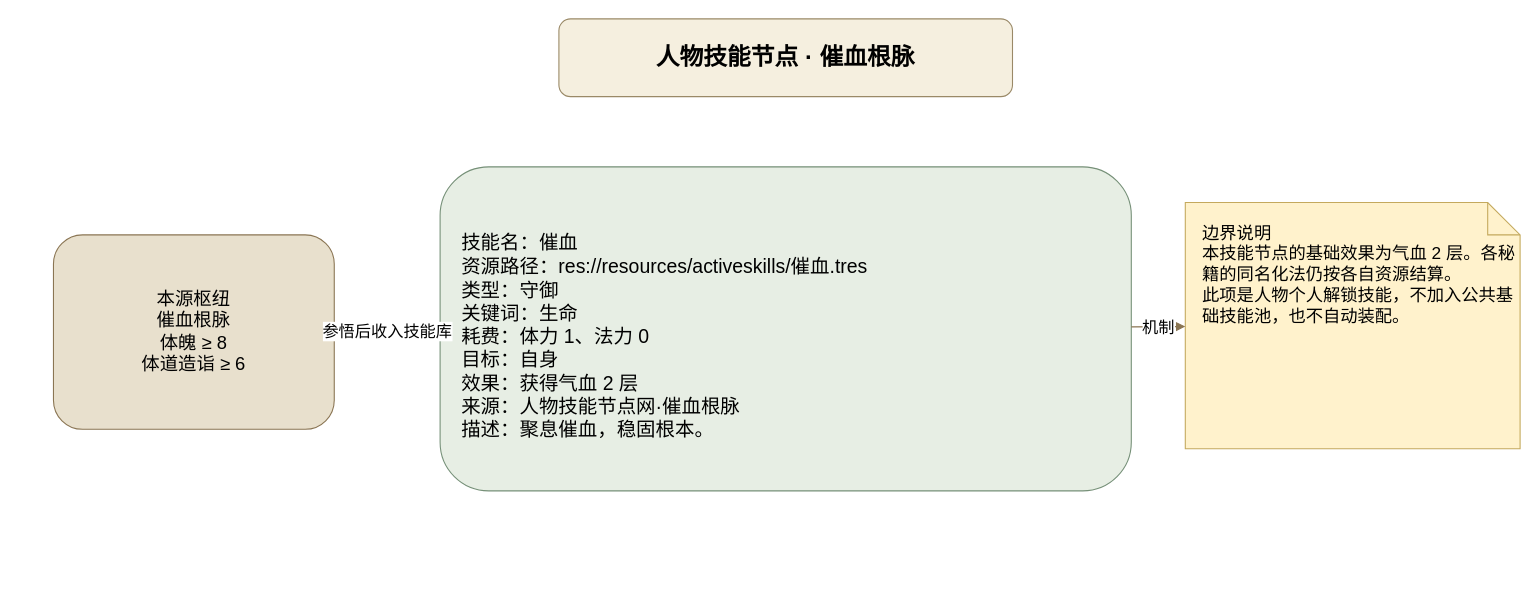
Before: page "催血" (1 of 2) of docs/卡牌词典/基础技能节点/催血.drawio in ankundanetracyc-spec/tian-guan-you-du, a draw.io diagram. Source tidied: cells renumbered, new cells numbered last; positions are measured from the earlier drawing's top-left corner, leaving out a move shared by most shapes. Both pictures are drawn from the tidied source at 108%, with x=0, y=0 at pixel (53, 18).
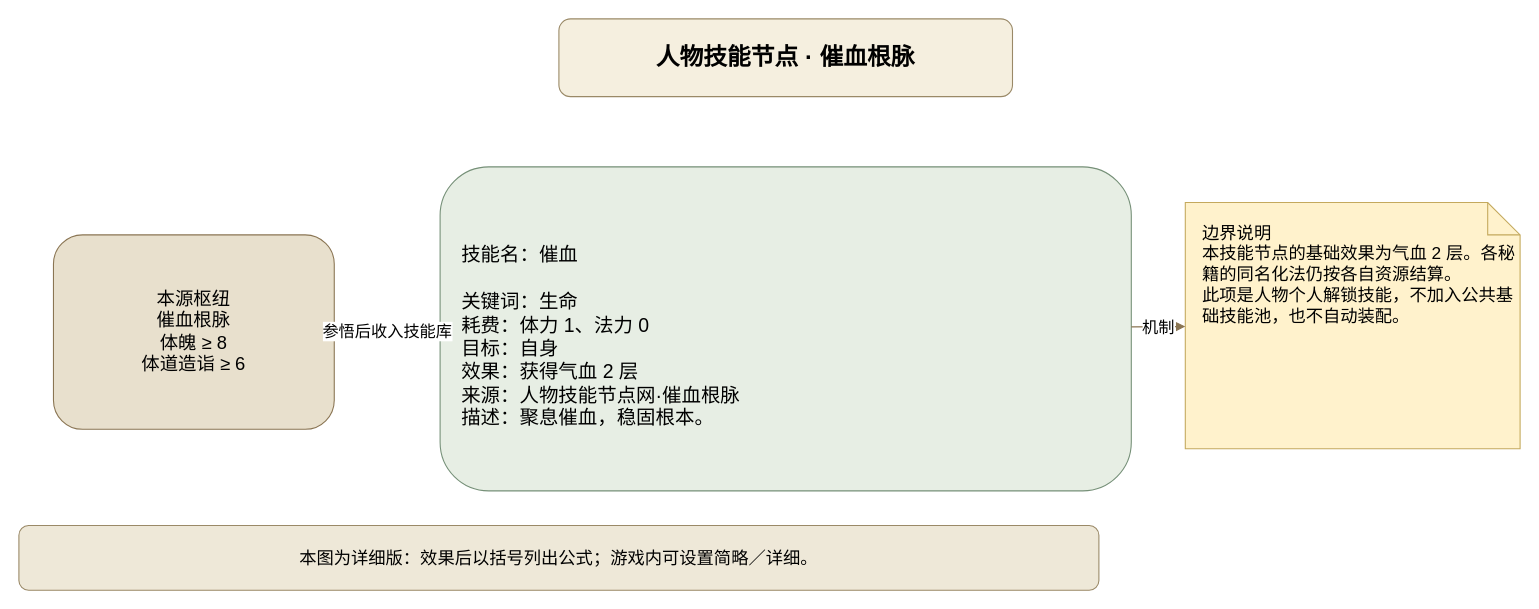
The same page after the edit.

Change to the diagram source:
```diff
@@
 <mxGraphModel>
   <root>
     <mxCell id="0" />
     <mxCell id="1" parent="0" />
     <mxCell id="2" value="人物技能节点 · 催血根脉" style="rounded=1;whiteSpace=wrap;html=1;fillColor=#f5efdf;strokeColor=#9a8967;fontSize=22;fontStyle=1;" parent="1" vertex="1">
       <mxGeometry x="468" width="420" height="72" as="geometry" />
     </mxCell>
     <mxCell id="3" value="本源枢纽&#10;催血根脉&#10;体魄 ≥ 8&#10;体道造诣 ≥ 6" style="rounded=1;whiteSpace=wrap;html=1;fillColor=#e8e0cd;strokeColor=#8a7553;fontSize=17;" parent="1" vertex="1">
       <mxGeometry y="200" width="260" height="180" as="geometry" />
     </mxCell>
-    <mxCell id="4" value="技能名：催血&#10;资源路径：res://resources/activeskills/催血.tres&#10;类型：守御&#10;关键词：生命&#10;耗费：体力 1、法力 0&#10;目标：自身&#10;效果：获得气血 2 层&#10;来源：人物技能节点网·催血根脉&#10;描述：聚息催血，稳固根本。" style="rounded=1;whiteSpace=wrap;html=1;fillColor=#e7eee4;strokeColor=#769078;fontSize=18;align=left;spacingLeft=18;spacingTop=16;" parent="1" vertex="1">
+    <mxCell id="4" value="技能名：催血&#10;&#10;关键词：生命&#10;耗费：体力 1、法力 0&#10;目标：自身&#10;效果：获得气血 2 层&#10;来源：人物技能节点网·催血根脉&#10;描述：聚息催血，稳固根本。" style="rounded=1;whiteSpace=wrap;html=1;fillColor=#e7eee4;strokeColor=#769078;fontSize=18;align=left;spacingLeft=18;spacingTop=16;" parent="1" vertex="1">
       <mxGeometry x="358" y="137" width="640" height="300" as="geometry" />
     </mxCell>
     <mxCell id="5" value="边界说明&#10;本技能节点的基础效果为气血 2 层。各秘籍的同名化法仍按各自资源结算。&#10;此项是人物个人解锁技能，不加入公共基础技能池，也不自动装配。" style="shape=note;whiteSpace=wrap;html=1;fillColor=#fff2cc;strokeColor=#c4a95d;fontSize=16;align=left;verticalAlign=top;spacingLeft=14;spacingTop=12;" parent="1" vertex="1">
       <mxGeometry x="1048" y="170" width="310" height="228" as="geometry" />
     </mxCell>
     <mxCell id="6" value="参悟后收入技能库" style="endArrow=block;html=1;strokeColor=#8a7553;fontSize=15;" parent="1" edge="1" source="3" target="4">
       <mxGeometry relative="1" as="geometry" />
     </mxCell>
     <mxCell id="7" value="机制" style="endArrow=block;html=1;strokeColor=#8a7553;fontSize=15;" parent="1" edge="1" source="4" target="5">
       <mxGeometry relative="1" as="geometry" />
     </mxCell>
+    <mxCell id="8" value="本图为详细版：效果后以括号列出公式；游戏内可设置简略／详细。" style="rounded=1;whiteSpace=wrap;html=1;fillColor=#eee8d8;strokeColor=#9a8967;fontSize=16;" parent="1" vertex="1">
+      <mxGeometry x="-32" y="469" width="1000" height="60" as="geometry" />
+    </mxCell>
   </root>
 </mxGraphModel>
```
